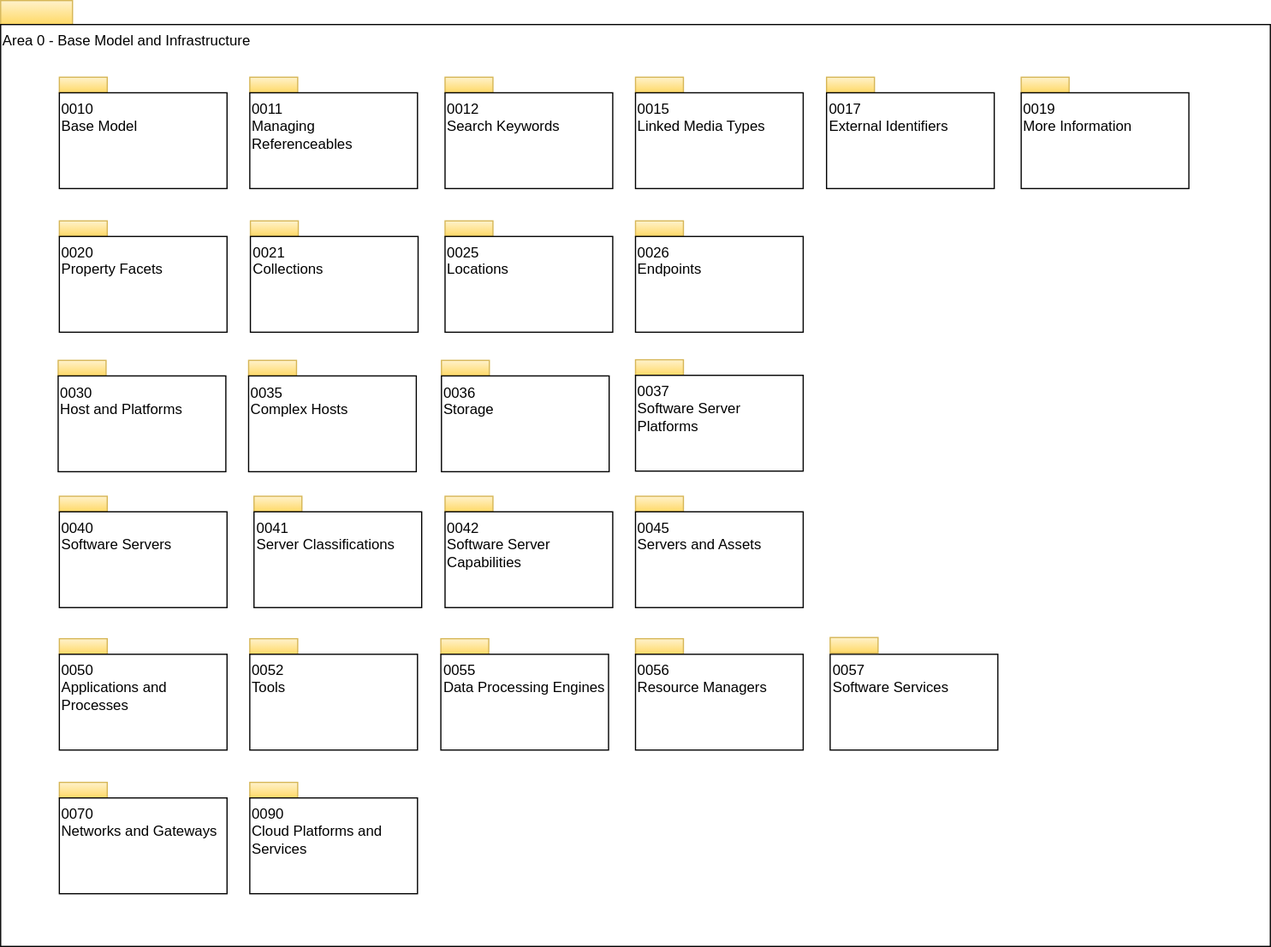
The draw.io diagram site/docs/types/0/area-0-basic-types-and-infrastructure-overview.svg in odpi/egeria-docs, before a commit. Source tidied: cells renumbered, new cells last; positions are measured from the earlier drawing's top-left corner, leaving out a move shared by most shapes. Source of this version:
```xml
<mxGraphModel>
  <root>
    <mxCell id="0" />
    <mxCell id="1" parent="0" />
    <mxCell id="2" style="rounded=0;whiteSpace=wrap;html=1;align=left;fillColor=#fff2cc;strokeColor=#d6b656;gradientColor=#ffd966;" parent="1" vertex="1">
      <mxGeometry width="60" height="20" as="geometry" />
    </mxCell>
    <mxCell id="3" value="Area 0 - Base Model and Infrastructure" style="rounded=0;whiteSpace=wrap;html=1;align=left;verticalAlign=top;" parent="1" vertex="1">
      <mxGeometry y="20" width="1060" height="770" as="geometry" />
    </mxCell>
    <mxCell id="4" style="rounded=0;whiteSpace=wrap;html=1;align=left;fillColor=#fff2cc;strokeColor=#d6b656;gradientColor=#ffd966;" parent="1" vertex="1">
      <mxGeometry x="371" y="64" width="40" height="13" as="geometry" />
    </mxCell>
    <mxCell id="5" value="0012&lt;br&gt;Search Keywords" style="rounded=0;whiteSpace=wrap;html=1;align=left;verticalAlign=top;" parent="1" vertex="1">
      <mxGeometry x="371" y="77" width="140" height="80" as="geometry" />
    </mxCell>
    <mxCell id="6" style="rounded=0;whiteSpace=wrap;html=1;align=left;fillColor=#fff2cc;strokeColor=#d6b656;gradientColor=#ffd966;" parent="1" vertex="1">
      <mxGeometry x="530" y="64" width="40" height="13" as="geometry" />
    </mxCell>
    <mxCell id="7" value="0015&lt;br&gt;Linked Media Types" style="rounded=0;whiteSpace=wrap;html=1;align=left;verticalAlign=top;" parent="1" vertex="1">
      <mxGeometry x="530" y="77" width="140" height="80" as="geometry" />
    </mxCell>
    <mxCell id="8" style="rounded=0;whiteSpace=wrap;html=1;align=left;fillColor=#fff2cc;strokeColor=#d6b656;gradientColor=#ffd966;" parent="1" vertex="1">
      <mxGeometry x="689.5" y="64" width="40" height="13" as="geometry" />
    </mxCell>
    <mxCell id="9" value="0017&lt;br&gt;External Identifiers&lt;br&gt;" style="rounded=0;whiteSpace=wrap;html=1;align=left;verticalAlign=top;" parent="1" vertex="1">
      <mxGeometry x="689.5" y="77" width="140" height="80" as="geometry" />
    </mxCell>
    <mxCell id="10" style="rounded=0;whiteSpace=wrap;html=1;align=left;fillColor=#fff2cc;strokeColor=#d6b656;gradientColor=#ffd966;" parent="1" vertex="1">
      <mxGeometry x="49" y="184" width="40" height="13" as="geometry" />
    </mxCell>
    <mxCell id="11" value="0020&lt;br&gt;Property Facets&lt;br&gt;" style="rounded=0;whiteSpace=wrap;html=1;align=left;verticalAlign=top;" parent="1" vertex="1">
      <mxGeometry x="49" y="197" width="140" height="80" as="geometry" />
    </mxCell>
    <mxCell id="12" style="rounded=0;whiteSpace=wrap;html=1;align=left;fillColor=#fff2cc;strokeColor=#d6b656;gradientColor=#ffd966;" parent="1" vertex="1">
      <mxGeometry x="208.5" y="184" width="40" height="13" as="geometry" />
    </mxCell>
    <mxCell id="13" value="0021&lt;br&gt;Collections" style="rounded=0;whiteSpace=wrap;html=1;align=left;verticalAlign=top;" parent="1" vertex="1">
      <mxGeometry x="208.5" y="197" width="140" height="80" as="geometry" />
    </mxCell>
    <mxCell id="14" style="rounded=0;whiteSpace=wrap;html=1;align=left;fillColor=#fff2cc;strokeColor=#d6b656;gradientColor=#ffd966;" parent="1" vertex="1">
      <mxGeometry x="48" y="300.5" width="40" height="13" as="geometry" />
    </mxCell>
    <mxCell id="15" value="0030&lt;br&gt;Host and Platforms&lt;br&gt;" style="rounded=0;whiteSpace=wrap;html=1;align=left;verticalAlign=top;" parent="1" vertex="1">
      <mxGeometry x="48" y="313.5" width="140" height="80" as="geometry" />
    </mxCell>
    <mxCell id="16" style="rounded=0;whiteSpace=wrap;html=1;align=left;fillColor=#fff2cc;strokeColor=#d6b656;gradientColor=#ffd966;" parent="1" vertex="1">
      <mxGeometry x="207" y="300.5" width="40" height="13" as="geometry" />
    </mxCell>
    <mxCell id="17" value="0035&lt;br&gt;Complex Hosts&lt;br&gt;" style="rounded=0;whiteSpace=wrap;html=1;align=left;verticalAlign=top;" parent="1" vertex="1">
      <mxGeometry x="207" y="313.5" width="140" height="80" as="geometry" />
    </mxCell>
    <mxCell id="18" style="rounded=0;whiteSpace=wrap;html=1;align=left;fillColor=#fff2cc;strokeColor=#d6b656;gradientColor=#ffd966;" parent="1" vertex="1">
      <mxGeometry x="49" y="414" width="40" height="13" as="geometry" />
    </mxCell>
    <mxCell id="19" value="0040&lt;br&gt;Software Servers&lt;br&gt;" style="rounded=0;whiteSpace=wrap;html=1;align=left;verticalAlign=top;" parent="1" vertex="1">
      <mxGeometry x="49" y="427" width="140" height="80" as="geometry" />
    </mxCell>
    <mxCell id="20" style="rounded=0;whiteSpace=wrap;html=1;align=left;fillColor=#fff2cc;strokeColor=#d6b656;gradientColor=#ffd966;" parent="1" vertex="1">
      <mxGeometry x="211.5" y="414" width="40" height="13" as="geometry" />
    </mxCell>
    <mxCell id="21" value="0041&lt;br&gt;Server Classifications" style="rounded=0;whiteSpace=wrap;html=1;align=left;verticalAlign=top;" parent="1" vertex="1">
      <mxGeometry x="211.5" y="427" width="140" height="80" as="geometry" />
    </mxCell>
    <mxCell id="22" style="rounded=0;whiteSpace=wrap;html=1;align=left;fillColor=#fff2cc;strokeColor=#d6b656;gradientColor=#ffd966;" parent="1" vertex="1">
      <mxGeometry x="49" y="653" width="40" height="13" as="geometry" />
    </mxCell>
    <mxCell id="23" value="0070&lt;br&gt;Networks and Gateways&lt;br&gt;" style="rounded=0;whiteSpace=wrap;html=1;align=left;verticalAlign=top;" parent="1" vertex="1">
      <mxGeometry x="49" y="666" width="140" height="80" as="geometry" />
    </mxCell>
    <mxCell id="24" style="rounded=0;whiteSpace=wrap;html=1;align=left;fillColor=#fff2cc;strokeColor=#d6b656;gradientColor=#ffd966;" parent="1" vertex="1">
      <mxGeometry x="208" y="653" width="40" height="13" as="geometry" />
    </mxCell>
    <mxCell id="25" value="0090&lt;br&gt;Cloud Platforms and Services&lt;br&gt;" style="rounded=0;whiteSpace=wrap;html=1;align=left;verticalAlign=top;" parent="1" vertex="1">
      <mxGeometry x="208" y="666" width="140" height="80" as="geometry" />
    </mxCell>
    <mxCell id="26" style="rounded=0;whiteSpace=wrap;html=1;align=left;fillColor=#fff2cc;strokeColor=#d6b656;gradientColor=#ffd966;" parent="1" vertex="1">
      <mxGeometry x="49" y="533" width="40" height="13" as="geometry" />
    </mxCell>
    <mxCell id="27" value="0050&lt;br&gt;Applications and&lt;br&gt;Processes&lt;br&gt;" style="rounded=0;whiteSpace=wrap;html=1;align=left;verticalAlign=top;" parent="1" vertex="1">
      <mxGeometry x="49" y="546" width="140" height="80" as="geometry" />
    </mxCell>
    <mxCell id="28" style="rounded=0;whiteSpace=wrap;html=1;align=left;fillColor=#fff2cc;strokeColor=#d6b656;gradientColor=#ffd966;" parent="1" vertex="1">
      <mxGeometry x="208" y="533" width="40" height="13" as="geometry" />
    </mxCell>
    <mxCell id="29" value="0052&lt;br&gt;Tools&lt;br&gt;" style="rounded=0;whiteSpace=wrap;html=1;align=left;verticalAlign=top;" parent="1" vertex="1">
      <mxGeometry x="208" y="546" width="140" height="80" as="geometry" />
    </mxCell>
    <mxCell id="30" style="rounded=0;whiteSpace=wrap;html=1;align=left;fillColor=#fff2cc;strokeColor=#d6b656;gradientColor=#ffd966;" parent="1" vertex="1">
      <mxGeometry x="367.5" y="533" width="40" height="13" as="geometry" />
    </mxCell>
    <mxCell id="31" value="0055&lt;br&gt;Data Processing Engines&lt;br&gt;" style="rounded=0;whiteSpace=wrap;html=1;align=left;verticalAlign=top;" parent="1" vertex="1">
      <mxGeometry x="367.5" y="546" width="140" height="80" as="geometry" />
    </mxCell>
    <mxCell id="32" style="rounded=0;whiteSpace=wrap;html=1;align=left;fillColor=#fff2cc;strokeColor=#d6b656;gradientColor=#ffd966;" parent="1" vertex="1">
      <mxGeometry x="368" y="300.5" width="40" height="13" as="geometry" />
    </mxCell>
    <mxCell id="33" value="0036&lt;br&gt;Storage" style="rounded=0;whiteSpace=wrap;html=1;align=left;verticalAlign=top;" parent="1" vertex="1">
      <mxGeometry x="368" y="313.5" width="140" height="80" as="geometry" />
    </mxCell>
    <mxCell id="34" style="rounded=0;whiteSpace=wrap;html=1;align=left;fillColor=#fff2cc;strokeColor=#d6b656;gradientColor=#ffd966;" parent="1" vertex="1">
      <mxGeometry x="371" y="414" width="40" height="13" as="geometry" />
    </mxCell>
    <mxCell id="35" value="0042&lt;br&gt;Software Server Capabilities" style="rounded=0;whiteSpace=wrap;html=1;align=left;verticalAlign=top;" parent="1" vertex="1">
      <mxGeometry x="371" y="427" width="140" height="80" as="geometry" />
    </mxCell>
    <mxCell id="36" style="rounded=0;whiteSpace=wrap;html=1;align=left;fillColor=#fff2cc;strokeColor=#d6b656;gradientColor=#ffd966;" parent="1" vertex="1">
      <mxGeometry x="852" y="64" width="40" height="13" as="geometry" />
    </mxCell>
    <mxCell id="37" value="0019&lt;br&gt;More Information" style="rounded=0;whiteSpace=wrap;html=1;align=left;verticalAlign=top;" parent="1" vertex="1">
      <mxGeometry x="852" y="77" width="140" height="80" as="geometry" />
    </mxCell>
    <mxCell id="38" style="rounded=0;whiteSpace=wrap;html=1;align=left;fillColor=#fff2cc;strokeColor=#d6b656;gradientColor=#ffd966;" parent="1" vertex="1">
      <mxGeometry x="530" y="533" width="40" height="13" as="geometry" />
    </mxCell>
    <mxCell id="39" value="0056&lt;br&gt;Resource Managers" style="rounded=0;whiteSpace=wrap;html=1;align=left;verticalAlign=top;" parent="1" vertex="1">
      <mxGeometry x="530" y="546" width="140" height="80" as="geometry" />
    </mxCell>
    <mxCell id="40" style="rounded=0;whiteSpace=wrap;html=1;align=left;fillColor=#fff2cc;strokeColor=#d6b656;gradientColor=#ffd966;" parent="1" vertex="1">
      <mxGeometry x="49" y="64" width="40" height="13" as="geometry" />
    </mxCell>
    <mxCell id="41" value="0010&lt;br&gt;Base Model" style="rounded=0;whiteSpace=wrap;html=1;align=left;verticalAlign=top;" parent="1" vertex="1">
      <mxGeometry x="49" y="77" width="140" height="80" as="geometry" />
    </mxCell>
    <mxCell id="42" style="rounded=0;whiteSpace=wrap;html=1;align=left;fillColor=#fff2cc;strokeColor=#d6b656;gradientColor=#ffd966;" parent="1" vertex="1">
      <mxGeometry x="208" y="64" width="40" height="13" as="geometry" />
    </mxCell>
    <mxCell id="43" value="0011&lt;br&gt;Managing Referenceables" style="rounded=0;whiteSpace=wrap;html=1;align=left;verticalAlign=top;" parent="1" vertex="1">
      <mxGeometry x="208" y="77" width="140" height="80" as="geometry" />
    </mxCell>
    <mxCell id="44" value="0057&lt;br&gt;Software Services" style="rounded=0;whiteSpace=wrap;html=1;align=left;verticalAlign=top;" parent="1" vertex="1">
      <mxGeometry x="692.5" y="546" width="140" height="80" as="geometry" />
    </mxCell>
    <mxCell id="45" style="rounded=0;whiteSpace=wrap;html=1;align=left;fillColor=#fff2cc;strokeColor=#d6b656;gradientColor=#ffd966;" parent="1" vertex="1">
      <mxGeometry x="692.5" y="532" width="40" height="13" as="geometry" />
    </mxCell>
    <mxCell id="46" style="rounded=0;whiteSpace=wrap;html=1;align=left;fillColor=#fff2cc;strokeColor=#d6b656;gradientColor=#ffd966;" parent="1" vertex="1">
      <mxGeometry x="371" y="184" width="40" height="13" as="geometry" />
    </mxCell>
    <mxCell id="47" value="0025&lt;br&gt;Locations&lt;br&gt;" style="rounded=0;whiteSpace=wrap;html=1;align=left;verticalAlign=top;" parent="1" vertex="1">
      <mxGeometry x="371" y="197" width="140" height="80" as="geometry" />
    </mxCell>
    <mxCell id="48" style="rounded=0;whiteSpace=wrap;html=1;align=left;fillColor=#fff2cc;strokeColor=#d6b656;gradientColor=#ffd966;" parent="1" vertex="1">
      <mxGeometry x="530" y="184" width="40" height="13" as="geometry" />
    </mxCell>
    <mxCell id="49" value="0026&lt;br&gt;Endpoints" style="rounded=0;whiteSpace=wrap;html=1;align=left;verticalAlign=top;" parent="1" vertex="1">
      <mxGeometry x="530" y="197" width="140" height="80" as="geometry" />
    </mxCell>
    <mxCell id="50" style="rounded=0;whiteSpace=wrap;html=1;align=left;fillColor=#fff2cc;strokeColor=#d6b656;gradientColor=#ffd966;" parent="1" vertex="1">
      <mxGeometry x="530" y="300" width="40" height="13" as="geometry" />
    </mxCell>
    <mxCell id="51" value="0037&lt;br&gt;Software Server Platforms" style="rounded=0;whiteSpace=wrap;html=1;align=left;verticalAlign=top;" parent="1" vertex="1">
      <mxGeometry x="530" y="313" width="140" height="80" as="geometry" />
    </mxCell>
    <mxCell id="52" style="rounded=0;whiteSpace=wrap;html=1;align=left;fillColor=#fff2cc;strokeColor=#d6b656;gradientColor=#ffd966;" parent="1" vertex="1">
      <mxGeometry x="530" y="414" width="40" height="13" as="geometry" />
    </mxCell>
    <mxCell id="53" value="0045&lt;br&gt;Servers and Assets&lt;br&gt;" style="rounded=0;whiteSpace=wrap;html=1;align=left;verticalAlign=top;" parent="1" vertex="1">
      <mxGeometry x="530" y="427" width="140" height="80" as="geometry" />
    </mxCell>
  </root>
</mxGraphModel>
```
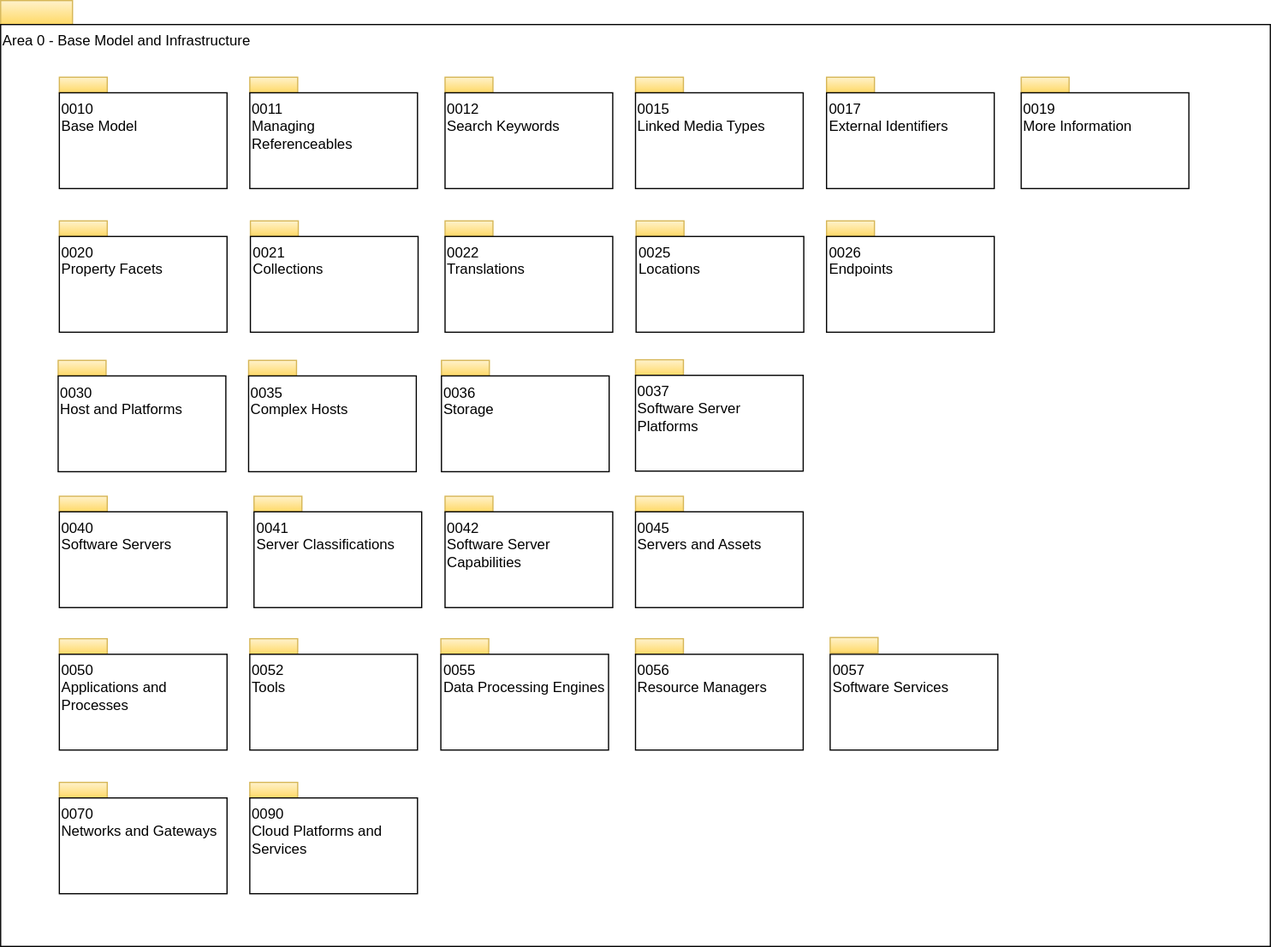
After the commit.

The edit, as a diff of the source:
```diff
@@ -135,16 +135,16 @@
       <mxGeometry x="692.5" y="532" width="40" height="13" as="geometry" />
     </mxCell>
     <mxCell id="46" style="rounded=0;whiteSpace=wrap;html=1;align=left;fillColor=#fff2cc;strokeColor=#d6b656;gradientColor=#ffd966;" parent="1" vertex="1">
-      <mxGeometry x="371" y="184" width="40" height="13" as="geometry" />
+      <mxGeometry x="530.5" y="184" width="40" height="13" as="geometry" />
     </mxCell>
     <mxCell id="47" value="0025&lt;br&gt;Locations&lt;br&gt;" style="rounded=0;whiteSpace=wrap;html=1;align=left;verticalAlign=top;" parent="1" vertex="1">
-      <mxGeometry x="371" y="197" width="140" height="80" as="geometry" />
+      <mxGeometry x="530.5" y="197" width="140" height="80" as="geometry" />
     </mxCell>
     <mxCell id="48" style="rounded=0;whiteSpace=wrap;html=1;align=left;fillColor=#fff2cc;strokeColor=#d6b656;gradientColor=#ffd966;" parent="1" vertex="1">
-      <mxGeometry x="530" y="184" width="40" height="13" as="geometry" />
+      <mxGeometry x="689.5" y="184" width="40" height="13" as="geometry" />
     </mxCell>
     <mxCell id="49" value="0026&lt;br&gt;Endpoints" style="rounded=0;whiteSpace=wrap;html=1;align=left;verticalAlign=top;" parent="1" vertex="1">
-      <mxGeometry x="530" y="197" width="140" height="80" as="geometry" />
+      <mxGeometry x="689.5" y="197" width="140" height="80" as="geometry" />
     </mxCell>
     <mxCell id="50" style="rounded=0;whiteSpace=wrap;html=1;align=left;fillColor=#fff2cc;strokeColor=#d6b656;gradientColor=#ffd966;" parent="1" vertex="1">
       <mxGeometry x="530" y="300" width="40" height="13" as="geometry" />
@@ -158,5 +158,11 @@
     <mxCell id="53" value="0045&lt;br&gt;Servers and Assets&lt;br&gt;" style="rounded=0;whiteSpace=wrap;html=1;align=left;verticalAlign=top;" parent="1" vertex="1">
       <mxGeometry x="530" y="427" width="140" height="80" as="geometry" />
     </mxCell>
+    <mxCell id="54" style="rounded=0;whiteSpace=wrap;html=1;align=left;fillColor=#fff2cc;strokeColor=#d6b656;gradientColor=#ffd966;" parent="1" vertex="1">
+      <mxGeometry x="371" y="184" width="40" height="13" as="geometry" />
+    </mxCell>
+    <mxCell id="55" value="0022&lt;br&gt;Translations" style="rounded=0;whiteSpace=wrap;html=1;align=left;verticalAlign=top;" parent="1" vertex="1">
+      <mxGeometry x="371" y="197" width="140" height="80" as="geometry" />
+    </mxCell>
   </root>
 </mxGraphModel>
```
